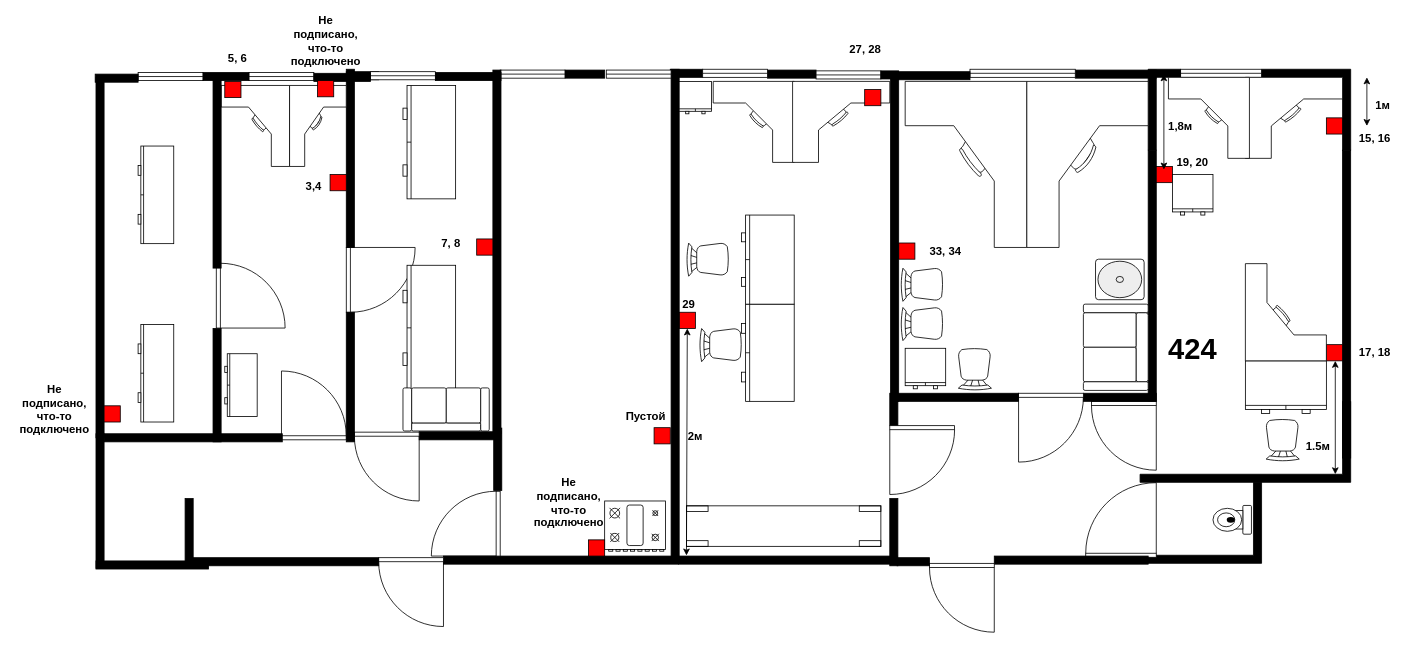
Above: Диаграмма без названия.drawio in 1DeMeNToR1/D-D-Helper (draw.io), before the change. Source tidied: cells renumbered, new cells numbered last; positions are measured from the earlier drawing's top-left corner, leaving out a move shared by most shapes. Both pictures are drawn from the tidied source at 81%, with x=0, y=0 at pixel (14, 28).
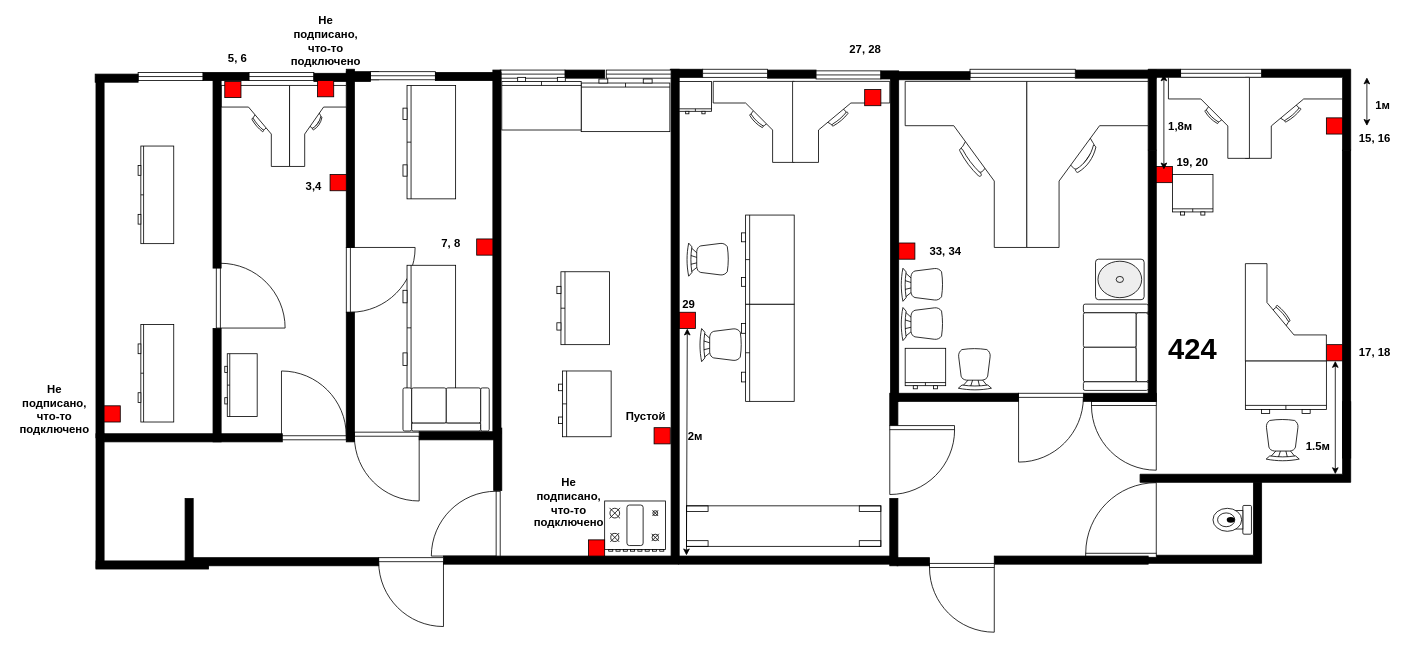
The same page after the edit.

What changed in the source:
```diff
@@
+    <mxCell id="130" style="verticalLabelPosition=bottom;html=1;verticalAlign=top;align=center;shape=mxgraph.floorplan.dresser;direction=south;" parent="1" vertex="1">
+      <mxGeometry x="672" y="422.5" width="65" height="81.2" as="geometry" />
+    </mxCell>
+    <mxCell id="131" style="verticalLabelPosition=bottom;html=1;verticalAlign=top;align=center;shape=mxgraph.floorplan.dresser;direction=south;" parent="1" vertex="1">
+      <mxGeometry x="670" y="300" width="65" height="90" as="geometry" />
+    </mxCell>
+    <mxCell id="132" style="verticalLabelPosition=bottom;html=1;verticalAlign=top;align=center;shape=mxgraph.floorplan.dresser;direction=west;" parent="1" vertex="1">
+      <mxGeometry x="700" y="62" width="109.5" height="65" as="geometry" />
+    </mxCell>
+    <mxCell id="133" style="verticalLabelPosition=bottom;html=1;verticalAlign=top;align=center;shape=mxgraph.floorplan.dresser;direction=west;" parent="1" vertex="1">
+      <mxGeometry x="602" y="60" width="98" height="65" as="geometry" />
+    </mxCell>
```
